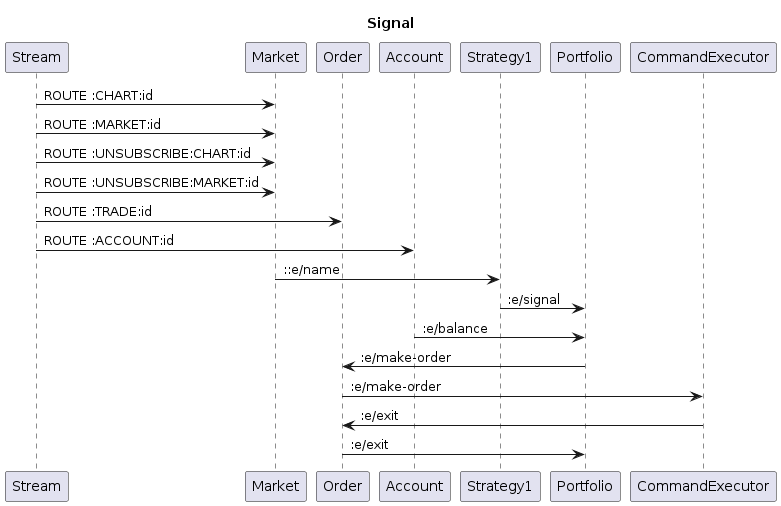
Earlier version of the PlantUML export images/signal.png (favetelinguis/bfg-clj).
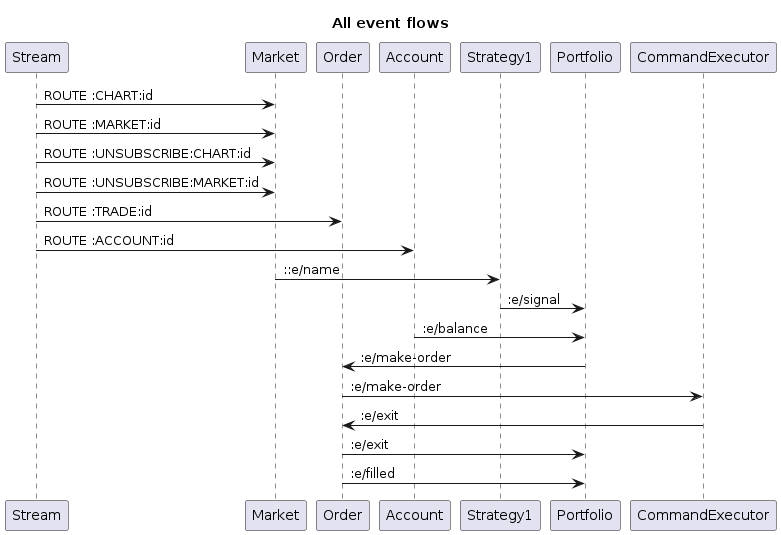
After the commit.

Diff of the diagram source:
```diff
@@ -1,5 +1,5 @@
 @startuml
-title Signal
+title All event flows
 
 Stream->Market: ROUTE :CHART:id
 Stream->Market: ROUTE :MARKET:id
@@ -14,4 +14,5 @@
 Order->CommandExecutor ::e/make-order
 CommandExecutor->Order ::e/exit
 Order->Portfolio ::e/exit
+Order->Portfolio ::e/filled
 @enduml
```
